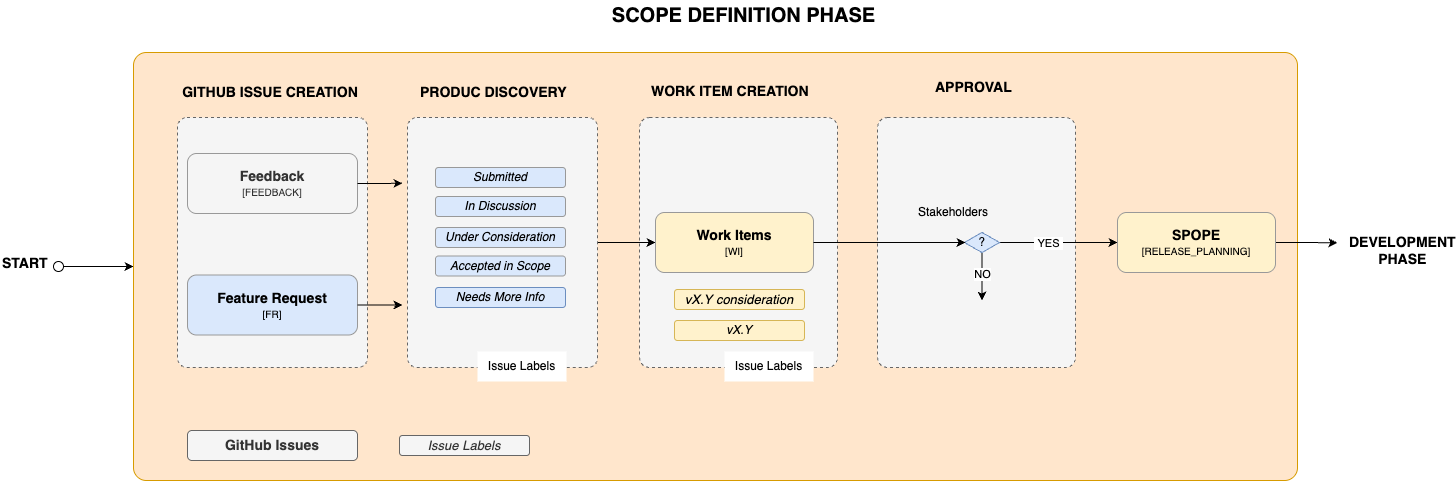
The draw.io diagram guidelines/images/FOCUS-Process-scope-phase.drawio.png in FinOps-Open-Cost-and-Usage-Spec/FOCUS_Spec, before a commit. Source tidied: cells renumbered, new cells last; positions are measured from the earlier drawing's top-left corner, leaving out a move shared by most shapes.
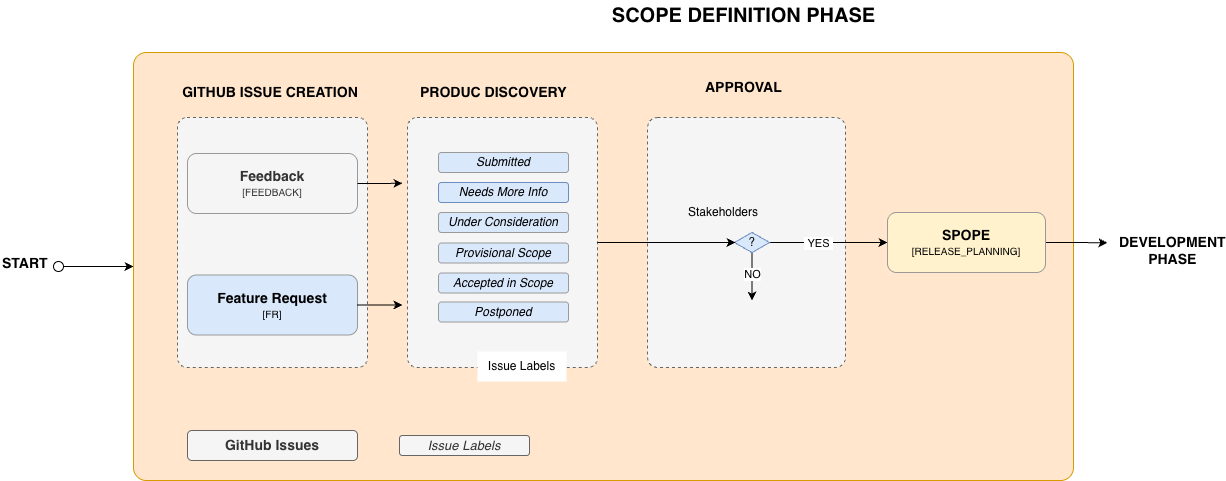
After the change.

Change to the diagram source:
```diff
@@ -6,37 +6,31 @@
       <mxGeometry relative="1" as="geometry" />
     </mxCell>
     <mxCell id="3" style="rounded=1;whiteSpace=wrap;html=1;fillColor=#ffe6cc;arcSize=3;strokeColor=#d79b00;" parent="1" vertex="1">
-      <mxGeometry x="133" y="52" width="1164" height="428" as="geometry" />
+      <mxGeometry x="133" y="52" width="940" height="428" as="geometry" />
     </mxCell>
     <mxCell id="4" style="rounded=1;whiteSpace=wrap;html=1;fillColor=#f5f5f5;dashed=1;arcSize=5;fontColor=#333333;strokeColor=#666666;" parent="1" vertex="1">
-      <mxGeometry x="877" y="117" width="198" height="250" as="geometry" />
+      <mxGeometry x="647" y="117" width="198" height="250" as="geometry" />
     </mxCell>
     <mxCell id="5" style="rounded=1;whiteSpace=wrap;html=1;fillColor=#f5f5f5;dashed=1;arcSize=5;fontColor=#333333;strokeColor=#666666;" parent="1" vertex="1">
       <mxGeometry x="177" y="117" width="190" height="250" as="geometry" />
     </mxCell>
-    <mxCell id="6" style="rounded=1;whiteSpace=wrap;html=1;fillColor=#f5f5f5;dashed=1;arcSize=5;fontColor=#333333;strokeColor=#666666;" parent="1" vertex="1">
-      <mxGeometry x="639" y="117" width="198" height="250" as="geometry" />
-    </mxCell>
-    <mxCell id="7" style="edgeStyle=orthogonalEdgeStyle;rounded=0;jettySize=auto;html=1;exitX=1;exitY=0.5;exitDx=0;exitDy=0;entryX=0;entryY=0.5;entryDx=0;entryDy=0;" parent="1" edge="1" source="8" target="17">
-      <mxGeometry relative="1" as="geometry" />
-    </mxCell>
     <mxCell id="8" style="rounded=1;whiteSpace=wrap;html=1;fillColor=#f5f5f5;dashed=1;arcSize=5;fontColor=#333333;strokeColor=#666666;" parent="1" vertex="1">
       <mxGeometry x="407" y="117" width="190" height="250" as="geometry" />
     </mxCell>
     <mxCell id="9" value="&lt;i&gt;Submitted&lt;/i&gt;" style="rounded=1;whiteSpace=wrap;html=1;fillColor=#dae8fc;strokeColor=#999999;" parent="1" vertex="1">
-      <mxGeometry x="435" y="167" width="130" height="20" as="geometry" />
+      <mxGeometry x="438" y="152" width="130" height="20" as="geometry" />
     </mxCell>
     <mxCell id="10" value="Needs More Info" style="rounded=1;whiteSpace=wrap;html=1;fillColor=#dae8fc;strokeColor=#6c8ebf;fontStyle=2;" parent="1" vertex="1">
-      <mxGeometry x="435" y="287" width="130" height="20" as="geometry" />
+      <mxGeometry x="438" y="182" width="130" height="20" as="geometry" />
     </mxCell>
     <mxCell id="11" value="&lt;font style=&quot;font-size: 12px;&quot;&gt;Under Consideration&lt;/font&gt;" style="rounded=1;whiteSpace=wrap;html=1;fillColor=#dae8fc;strokeColor=#999999;fontSize=11;fontStyle=2;" parent="1" vertex="1">
-      <mxGeometry x="435" y="227" width="130" height="20" as="geometry" />
+      <mxGeometry x="438" y="212" width="130" height="20" as="geometry" />
     </mxCell>
     <mxCell id="12" value="Accepted in Scope" style="rounded=1;whiteSpace=wrap;html=1;fillColor=#dae8fc;strokeColor=#999999;fontStyle=2;" parent="1" vertex="1">
-      <mxGeometry x="435" y="255.5" width="130" height="20" as="geometry" />
+      <mxGeometry x="438" y="272.5" width="130" height="20" as="geometry" />
     </mxCell>
-    <mxCell id="13" value="In Discussion" style="rounded=1;whiteSpace=wrap;html=1;fillColor=#dae8fc;strokeColor=#999999;fontStyle=2;" parent="1" vertex="1">
-      <mxGeometry x="435" y="196" width="130" height="20" as="geometry" />
+    <mxCell id="13" value="Postponed" style="rounded=1;whiteSpace=wrap;html=1;fillColor=#dae8fc;strokeColor=#999999;fontStyle=2;" parent="1" vertex="1">
+      <mxGeometry x="438" y="301.5" width="130" height="20" as="geometry" />
     </mxCell>
     <mxCell id="14" value="&lt;b&gt;&lt;font style=&quot;font-size: 20px;&quot;&gt;SCOPE DEFINITION PHASE&lt;/font&gt;&lt;/b&gt;" style="text;html=1;align=center;verticalAlign=middle;whiteSpace=wrap;rounded=0;" parent="1" vertex="1">
       <mxGeometry x="604" width="279" height="30" as="geometry" />
@@ -47,21 +41,12 @@
     <mxCell id="16" value="&lt;b&gt;&lt;font style=&quot;font-size: 14px;&quot;&gt;Feature Request&lt;/font&gt;&lt;/b&gt;&lt;div&gt;&lt;span style=&quot;font-size: 10px;&quot;&gt;[FR]&lt;/span&gt;&lt;/div&gt;" style="rounded=1;whiteSpace=wrap;html=1;fillColor=#dae8fc;strokeColor=#999999;" parent="1" vertex="1">
       <mxGeometry x="187" y="274.5" width="170" height="60" as="geometry" />
     </mxCell>
-    <mxCell id="17" value="&lt;font style=&quot;font-size: 14px;&quot;&gt;&lt;b&gt;Work Items&lt;/b&gt;&lt;/font&gt;&lt;div&gt;&lt;font style=&quot;font-size: 10px;&quot;&gt;[WI]&lt;/font&gt;&lt;/div&gt;" style="rounded=1;whiteSpace=wrap;html=1;fillColor=#fff2cc;strokeColor=#999999;" parent="1" vertex="1">
-      <mxGeometry x="655" y="212" width="158" height="60" as="geometry" />
-    </mxCell>
     <mxCell id="18" value="&lt;span style=&quot;color: rgb(0, 0, 0); font-family: Helvetica; font-size: 14px; font-style: normal; font-variant-ligatures: normal; font-variant-caps: normal; font-weight: 700; letter-spacing: normal; orphans: 2; text-align: center; text-indent: 0px; text-transform: none; widows: 2; word-spacing: 0px; -webkit-text-stroke-width: 0px; white-space: normal; text-decoration-thickness: initial; text-decoration-style: initial; text-decoration-color: initial; float: none; display: inline !important;&quot;&gt;PRODUC DISCOVERY&lt;/span&gt;" style="text;whiteSpace=wrap;html=1;fillColor=none;labelBackgroundColor=none;" parent="1" vertex="1">
       <mxGeometry x="418" y="77" width="180" height="40" as="geometry" />
     </mxCell>
     <mxCell id="19" value="Issue Labels" style="text;html=1;align=center;verticalAlign=middle;whiteSpace=wrap;rounded=0;fillColor=default;" parent="1" vertex="1">
       <mxGeometry x="477" y="351" width="89" height="30" as="geometry" />
     </mxCell>
-    <mxCell id="20" value="&lt;font style=&quot;font-size: 13px;&quot;&gt;&lt;i&gt;vX.Y&amp;nbsp;&lt;/i&gt;&lt;i style=&quot;background-color: transparent; color: light-dark(rgb(0, 0, 0), rgb(255, 255, 255));&quot;&gt;consideration&lt;/i&gt;&lt;/font&gt;" style="rounded=1;whiteSpace=wrap;html=1;fillColor=#fff2cc;strokeColor=#d6b656;" parent="1" vertex="1">
-      <mxGeometry x="674" y="289" width="130" height="20" as="geometry" />
-    </mxCell>
-    <mxCell id="21" value="vX.Y" style="rounded=1;whiteSpace=wrap;html=1;fillColor=#fff2cc;strokeColor=#d6b656;fontStyle=2;" parent="1" vertex="1">
-      <mxGeometry x="674" y="320" width="130" height="20" as="geometry" />
-    </mxCell>
     <mxCell id="22" style="edgeStyle=orthogonalEdgeStyle;rounded=0;jettySize=auto;html=1;exitX=1;exitY=0.5;exitDx=0;exitDy=0;entryX=0.005;entryY=0.359;entryDx=0;entryDy=0;entryPerimeter=0;" parent="1" edge="1" source="15">
       <mxGeometry relative="1" as="geometry">
         <mxPoint x="402" y="182.8" as="targetPoint" />
@@ -75,12 +60,6 @@
     <mxCell id="24" value="&lt;b&gt;&lt;font style=&quot;font-size: 14px;&quot;&gt;GITHUB ISSUE CREATION&lt;/font&gt;&lt;/b&gt;" style="text;html=1;align=center;verticalAlign=middle;whiteSpace=wrap;rounded=0;" parent="1" vertex="1">
       <mxGeometry x="177" y="77" width="185.5" height="30" as="geometry" />
     </mxCell>
-    <mxCell id="25" value="Issue Labels" style="text;html=1;align=center;verticalAlign=middle;whiteSpace=wrap;rounded=0;fillColor=default;" parent="1" vertex="1">
-      <mxGeometry x="724" y="351" width="89" height="30" as="geometry" />
-    </mxCell>
-    <mxCell id="26" value="&lt;span style=&quot;color: rgb(0, 0, 0); font-family: Helvetica; font-size: 14px; font-style: normal; font-variant-ligatures: normal; font-variant-caps: normal; font-weight: 700; letter-spacing: normal; orphans: 2; text-align: center; text-indent: 0px; text-transform: none; widows: 2; word-spacing: 0px; -webkit-text-stroke-width: 0px; white-space: normal; text-decoration-thickness: initial; text-decoration-style: initial; text-decoration-color: initial; float: none; display: inline !important;&quot;&gt;WORK ITEM CREATION&lt;/span&gt;" style="text;whiteSpace=wrap;html=1;labelBackgroundColor=none;" parent="1" vertex="1">
-      <mxGeometry x="649" y="76" width="180" height="40" as="geometry" />
-    </mxCell>
     <mxCell id="27" style="edgeStyle=orthogonalEdgeStyle;rounded=0;jettySize=auto;html=1;entryX=0;entryY=0.5;entryDx=0;entryDy=0;" parent="1" edge="1" source="31" target="37">
       <mxGeometry relative="1" as="geometry" />
     </mxCell>
@@ -91,16 +70,16 @@
     </mxCell>
     <mxCell id="29" style="edgeStyle=orthogonalEdgeStyle;rounded=0;jettySize=auto;html=1;" parent="1" edge="1" source="31">
       <mxGeometry relative="1" as="geometry">
-        <mxPoint x="981.5" y="300" as="targetPoint" />
+        <mxPoint x="751.5" y="300" as="targetPoint" />
       </mxGeometry>
     </mxCell>
     <mxCell id="30" value="NO" style="edgeLabel;html=1;align=center;verticalAlign=middle;" parent="29" vertex="1">
       <mxGeometry x="-0.13" relative="1" as="geometry" />
     </mxCell>
     <mxCell id="31" value="?" style="html=1;whiteSpace=wrap;shape=isoRectangle;fillColor=#dae8fc;strokeColor=#6c8ebf;" parent="1" vertex="1">
-      <mxGeometry x="964" y="231.5" width="35" height="21" as="geometry" />
+      <mxGeometry x="734" y="231.5" width="35" height="21" as="geometry" />
     </mxCell>
-    <mxCell id="32" style="edgeStyle=orthogonalEdgeStyle;rounded=0;jettySize=auto;html=1;exitX=1;exitY=0.5;exitDx=0;exitDy=0;entryX=0.029;entryY=0.5;entryDx=0;entryDy=0;entryPerimeter=0;" parent="1" edge="1" source="17" target="31">
+    <mxCell id="32" style="edgeStyle=orthogonalEdgeStyle;rounded=0;jettySize=auto;html=1;exitX=1;exitY=0.5;exitDx=0;exitDy=0;entryX=0.029;entryY=0.5;entryDx=0;entryDy=0;entryPerimeter=0;" parent="1" edge="1" source="8" target="31">
       <mxGeometry relative="1" as="geometry" />
     </mxCell>
     <mxCell id="33" value="&lt;b&gt;&lt;font style=&quot;font-size: 14px;&quot;&gt;GitHub Issues&lt;/font&gt;&lt;/b&gt;" style="rounded=1;whiteSpace=wrap;html=1;strokeColor=#666666;fillColor=#f5f5f5;fontColor=#333333;" parent="1" vertex="1">
@@ -110,27 +89,30 @@
       <mxGeometry x="399" y="435" width="130" height="20" as="geometry" />
     </mxCell>
     <mxCell id="35" value="&lt;div style=&quot;text-align: center;&quot;&gt;&lt;span style=&quot;background-color: transparent; color: light-dark(rgb(0, 0, 0), rgb(255, 255, 255)); font-size: 14px;&quot;&gt;&lt;b&gt;APPROVAL&lt;/b&gt;&lt;/span&gt;&lt;/div&gt;" style="text;whiteSpace=wrap;html=1;" parent="1" vertex="1">
-      <mxGeometry x="933" y="72" width="106" height="40" as="geometry" />
+      <mxGeometry x="703" y="72" width="106" height="40" as="geometry" />
     </mxCell>
     <mxCell id="36" style="edgeStyle=orthogonalEdgeStyle;rounded=0;jettySize=auto;html=1;exitX=1;exitY=0.5;exitDx=0;exitDy=0;" parent="1" edge="1" source="37">
       <mxGeometry relative="1" as="geometry">
-        <mxPoint x="1337" y="242.3" as="targetPoint" />
+        <mxPoint x="1107" y="242.3" as="targetPoint" />
       </mxGeometry>
     </mxCell>
     <mxCell id="37" value="&lt;div&gt;&lt;font style=&quot;font-size: 14px;&quot;&gt;&lt;b&gt;SPOPE&lt;/b&gt;&lt;/font&gt;&lt;/div&gt;&lt;div&gt;&lt;font style=&quot;font-size: 10px;&quot;&gt;[RELEASE_PLANNING]&lt;/font&gt;&lt;/div&gt;" style="rounded=1;whiteSpace=wrap;html=1;fillColor=#fff2cc;strokeColor=#999999;" parent="1" vertex="1">
-      <mxGeometry x="1117" y="212" width="158" height="60" as="geometry" />
+      <mxGeometry x="887" y="212" width="158" height="60" as="geometry" />
     </mxCell>
     <mxCell id="38" value="&lt;div style=&quot;text-align: center;&quot;&gt;&lt;span style=&quot;background-color: transparent; color: light-dark(rgb(0, 0, 0), rgb(255, 255, 255)); font-size: 14px;&quot;&gt;&lt;b&gt;DEVELOPMENT&lt;br&gt;PHASE&lt;/b&gt;&lt;/span&gt;&lt;/div&gt;" style="text;whiteSpace=wrap;html=1;" parent="1" vertex="1">
-      <mxGeometry x="1347" y="227" width="106" height="40" as="geometry" />
+      <mxGeometry x="1117" y="227" width="106" height="40" as="geometry" />
     </mxCell>
     <mxCell id="39" style="ellipse;whiteSpace=wrap;html=1;" parent="1" vertex="1">
       <mxGeometry x="53" y="261" width="10" height="10" as="geometry" />
     </mxCell>
     <mxCell id="40" value="Stakeholders" style="text;html=1;align=center;verticalAlign=middle;whiteSpace=wrap;rounded=0;" parent="1" vertex="1">
-      <mxGeometry x="923" y="197" width="60" height="30" as="geometry" />
+      <mxGeometry x="693" y="197" width="60" height="30" as="geometry" />
     </mxCell>
     <mxCell id="41" value="&lt;div style=&quot;text-align: center;&quot;&gt;&lt;span style=&quot;font-size: 14px;&quot;&gt;&lt;b&gt;START&lt;/b&gt;&lt;/span&gt;&lt;/div&gt;" style="text;whiteSpace=wrap;html=1;" parent="1" vertex="1">
       <mxGeometry y="247.5" width="106" height="40" as="geometry" />
     </mxCell>
+    <mxCell id="42" value="Provisional Scope" style="rounded=1;whiteSpace=wrap;html=1;fillColor=#dae8fc;strokeColor=#999999;fontStyle=2;" parent="1" vertex="1">
+      <mxGeometry x="438" y="242.5" width="130" height="20" as="geometry" />
+    </mxCell>
   </root>
 </mxGraphModel>
```
